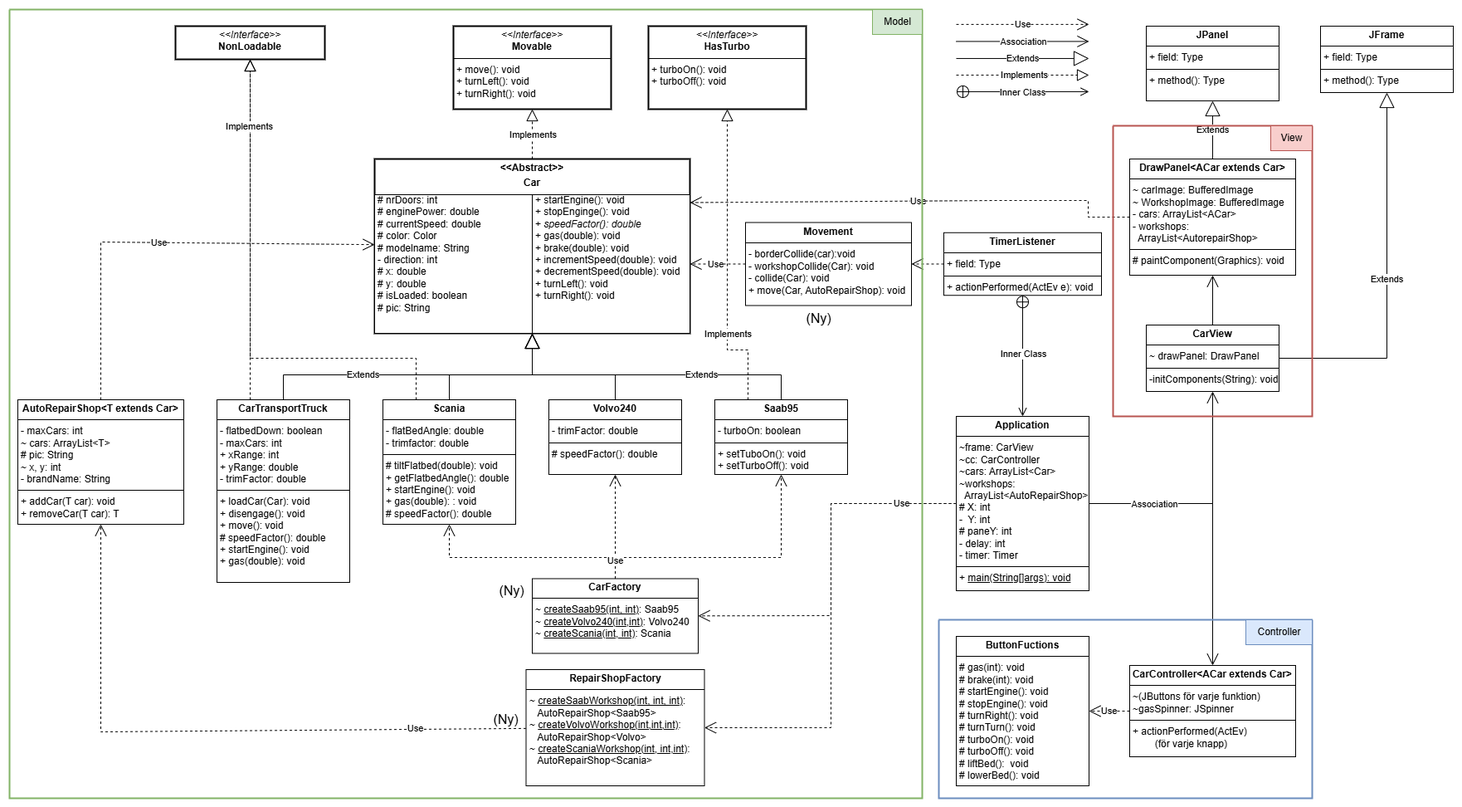
Above: LAB4_UML_FINAL.drawio.png in ViktorErik/Grupp-33-Laboration-4 (draw.io), before the change. Source tidied: cells renumbered, new cells last; positions are measured from the earlier drawing's top-left corner, leaving out a move shared by most shapes.
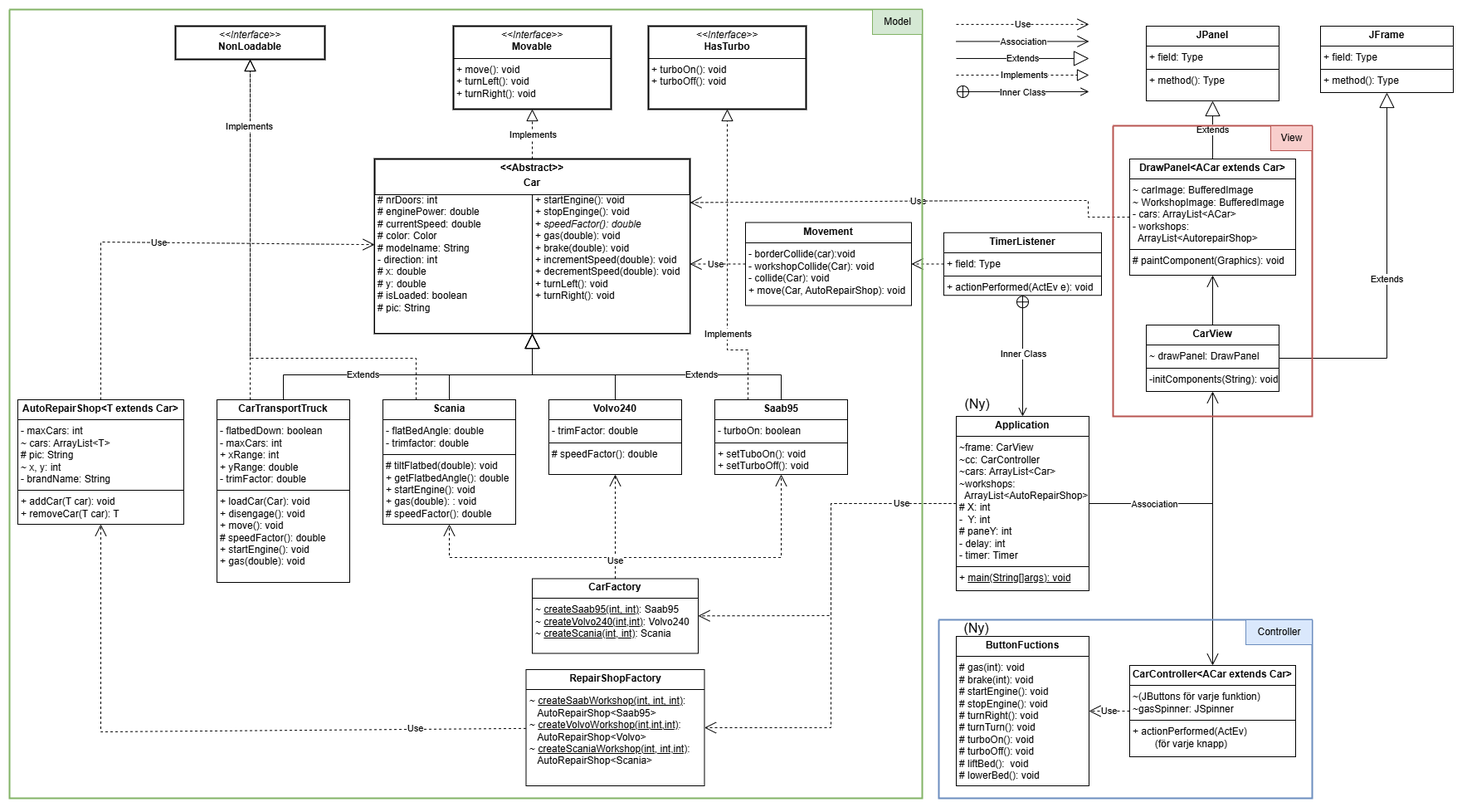
Above is the later version.

Change to the diagram source:
```diff
@@ -207,9 +207,6 @@
     <mxCell id="45" value="&lt;p style=&quot;margin:0px;margin-top:4px;text-align:center;&quot;&gt;&lt;b&gt;Movement&lt;/b&gt;&lt;/p&gt;&lt;hr size=&quot;1&quot; style=&quot;border-style:solid;&quot;&gt;&lt;p style=&quot;margin:0px;margin-left:4px;&quot;&gt;- borderCollide(car):void&lt;/p&gt;&lt;p style=&quot;margin:0px;margin-left:4px;&quot;&gt;- workshopCollide(Car): void&lt;/p&gt;&lt;p style=&quot;margin:0px;margin-left:4px;&quot;&gt;- collide(Car): void&lt;/p&gt;&lt;p style=&quot;margin:0px;margin-left:4px;&quot;&gt;+ move(Car, AutoRepairShop): void&lt;/p&gt;&lt;p style=&quot;margin:0px;margin-left:4px;&quot;&gt;&lt;br&gt;&lt;/p&gt;" style="verticalAlign=top;align=left;overflow=fill;html=1;whiteSpace=wrap;" parent="1" vertex="1">
       <mxGeometry x="887" y="256.5" width="200" height="100" as="geometry" />
     </mxCell>
-    <mxCell id="46" value="(Ny)" style="text;html=1;align=center;verticalAlign=middle;strokeColor=none;fillColor=none;strokeWidth=1;fontSize=16;" parent="1" vertex="1">
-      <mxGeometry x="950" y="356.5" width="50" height="30" as="geometry" />
-    </mxCell>
     <mxCell id="47" value="&lt;p style=&quot;margin:0px;margin-top:4px;text-align:center;&quot;&gt;&lt;i&gt;&amp;lt;&amp;lt;Interface&amp;gt;&amp;gt;&lt;/i&gt;&lt;br&gt;&lt;b&gt;HasTurbo&lt;/b&gt;&lt;/p&gt;&lt;hr size=&quot;1&quot; style=&quot;border-style:solid;&quot;&gt;&lt;p style=&quot;margin:0px;margin-left:4px;&quot;&gt;+ turboOn(): void&lt;/p&gt;&lt;p style=&quot;margin:0px;margin-left:4px;&quot;&gt;+ turboOff(): void&lt;/p&gt;" style="verticalAlign=top;align=left;overflow=fill;html=1;whiteSpace=wrap;strokeWidth=2;" parent="1" vertex="1">
       <mxGeometry x="770" y="20" width="190" height="100" as="geometry" />
     </mxCell>
@@ -257,11 +254,8 @@
       </mxGeometry>
     </mxCell>
     <mxCell id="55" value="(Ny)" style="text;html=1;align=center;verticalAlign=middle;strokeColor=none;fillColor=none;strokeWidth=1;fontSize=16;" parent="1" vertex="1">
-      <mxGeometry x="572.5" y="840" width="50" height="30" as="geometry" />
+      <mxGeometry x="1141" y="460" width="50" height="30" as="geometry" />
     </mxCell>
-    <mxCell id="56" value="(Ny)" style="text;html=1;align=center;verticalAlign=middle;strokeColor=none;fillColor=none;strokeWidth=1;fontSize=16;" parent="1" vertex="1">
-      <mxGeometry x="580" y="685.5" width="50" height="30" as="geometry" />
-    </mxCell>
     <mxCell id="57" value="Use" style="endArrow=open;endSize=12;dashed=1;html=1;rounded=0;" parent="1" edge="1" source="59" target="70">
       <mxGeometry x="-0.77" relative="1" as="geometry">
         <Array as="points">
@@ -306,6 +300,9 @@
     <mxCell id="65" value="Controller" style="text;html=1;align=center;verticalAlign=middle;strokeColor=#6c8ebf;fillColor=#dae8fc;" parent="64" vertex="1">
       <mxGeometry x="370" width="80" height="30" as="geometry" />
     </mxCell>
+    <mxCell id="56" value="(Ny)" style="text;html=1;align=center;verticalAlign=middle;strokeColor=none;fillColor=none;strokeWidth=1;fontSize=16;" parent="64" vertex="1">
+      <mxGeometry x="20" y="-5" width="50" height="30" as="geometry" />
+    </mxCell>
     <mxCell id="66" style="swimlane;startSize=0;fillColor=#f8cecc;strokeColor=#b85450;strokeWidth=2;" parent="1" vertex="1">
       <mxGeometry x="1330" y="140" width="240" height="350" as="geometry" />
     </mxCell>
```
